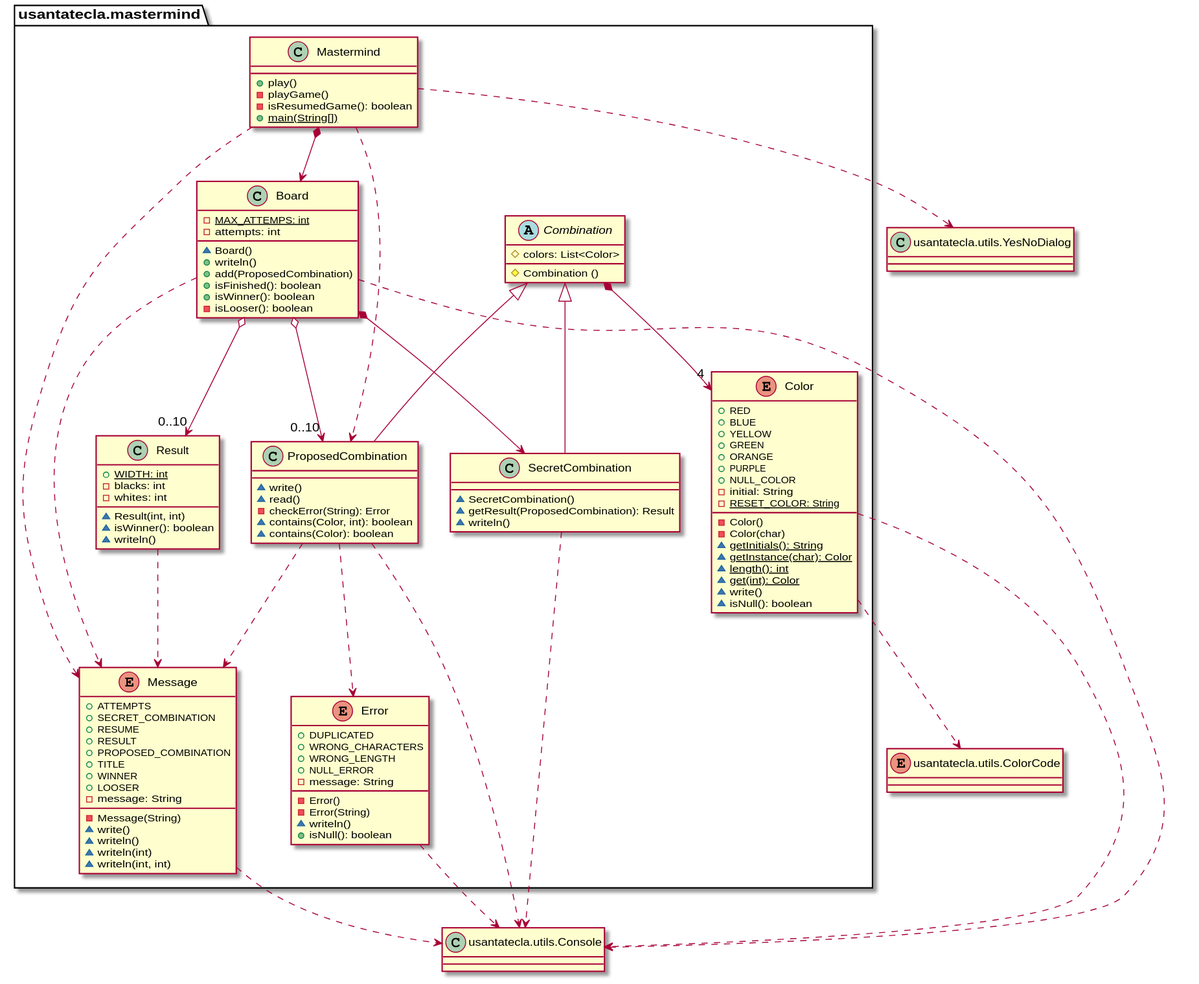
Before: domainModel/docs/diagrams/out/paquetes/mastermind.svg, a diagram exported from PlantUML (SantaTecla-mastermind/solution.java.swing.socket.sql).
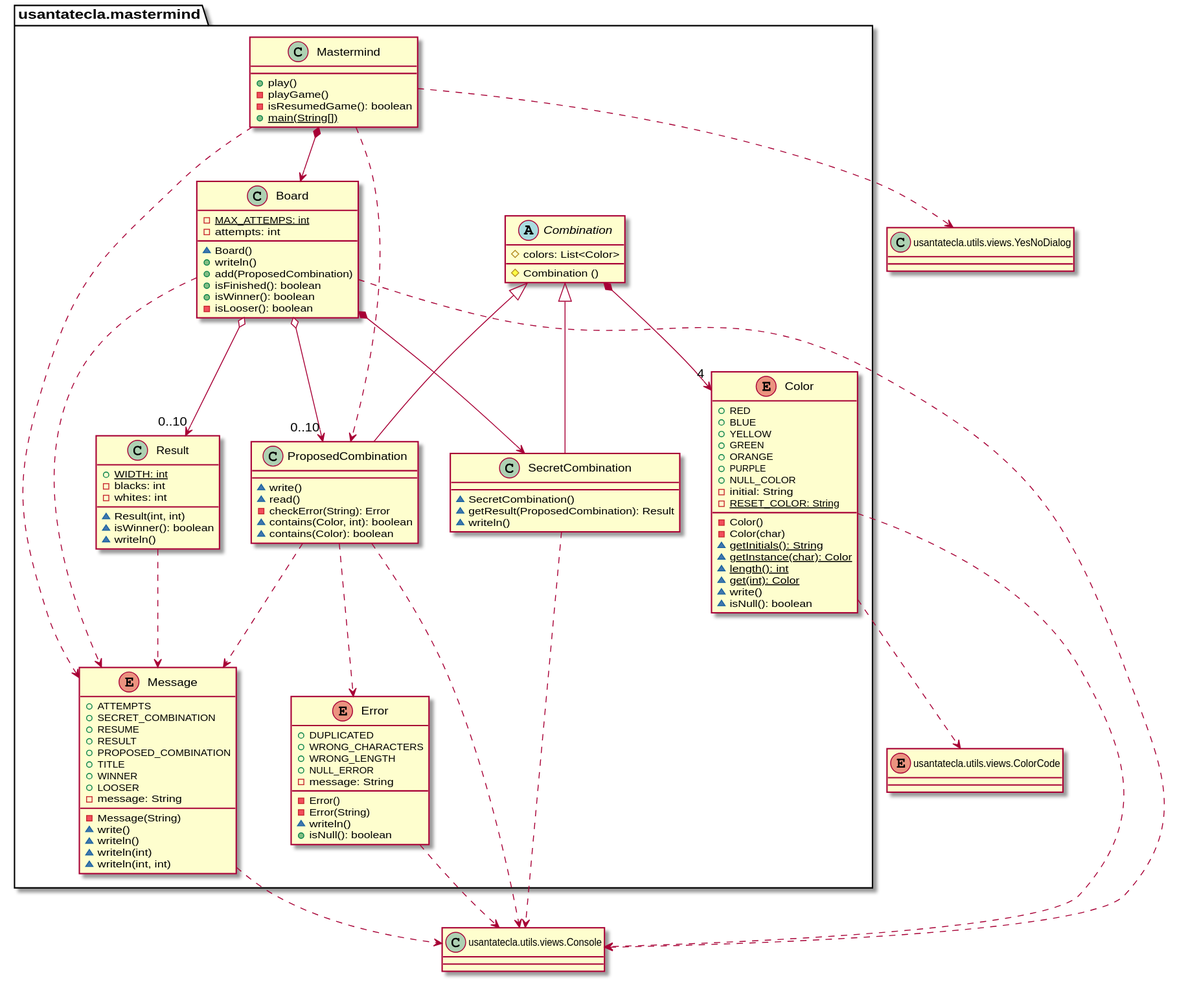
The same file after the commit.

What changed in the source:
```diff
@@ -119,16 +119,16 @@
 
 
 
-class Console as "usantatecla.utils.Console" {
+class Console as "usantatecla.utils.views.Console" {
 
 
 }
 
-class YesNoDialog as "usantatecla.utils.YesNoDialog" {
+class YesNoDialog as "usantatecla.utils.views.YesNoDialog" {
 
 }
 
-enum ColorCode as "usantatecla.utils.ColorCode" {
+enum ColorCode as "usantatecla.utils.views.ColorCode" {
 
 }
 
```
